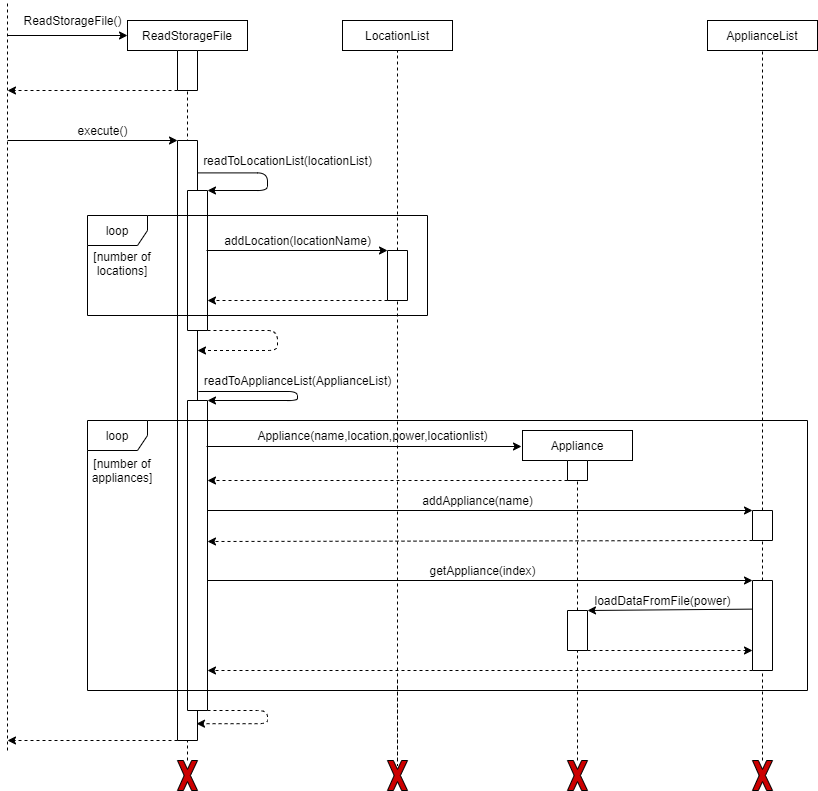
The draw.io diagram docs/images/diagrams/Sequence_ReadStorageFile.png in nus-cs2113-AY2021S1/tp, before a commit. Source tidied: cells renumbered, new cells last; positions are measured from the earlier drawing's top-left corner, leaving out a move shared by most shapes.
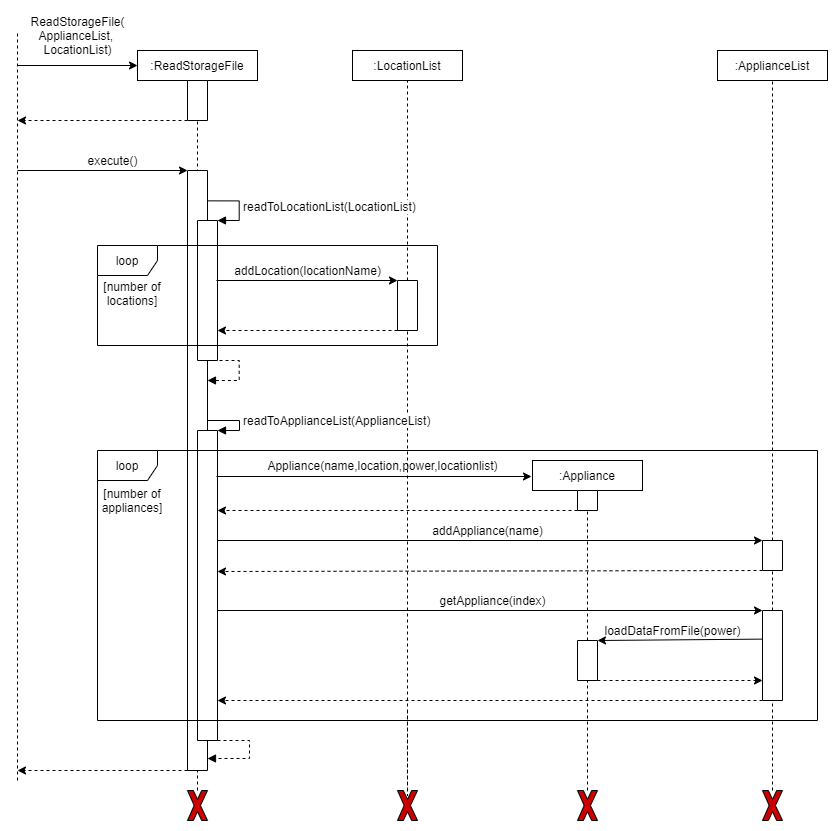
The same diagram one commit later.

Commit message:
Updated images for read write storageFile, AddCommand and DeleteCommand

Change to the diagram source:
```diff
@@ -8,7 +8,7 @@
     <mxCell id="3" style="endArrow=none;dashed=1;html=1;entryX=0.5;entryY=1;entryDx=0;entryDy=0;" parent="1" edge="1" source="56" target="4">
       <mxGeometry relative="1" as="geometry" />
     </mxCell>
-    <mxCell id="4" value="ReadStorageFile" style="rounded=0;whiteSpace=wrap;html=1;" parent="1" vertex="1">
+    <mxCell id="4" value=":ReadStorageFile" style="rounded=0;whiteSpace=wrap;html=1;" parent="1" vertex="1">
       <mxGeometry x="120" y="20" width="120" height="30" as="geometry" />
     </mxCell>
     <mxCell id="5" style="rounded=0;whiteSpace=wrap;html=1;direction=west;" parent="1" vertex="1">
@@ -17,62 +17,9 @@
     <mxCell id="6" style="rounded=0;whiteSpace=wrap;html=1;direction=south;" parent="1" vertex="1">
       <mxGeometry x="180" y="190" width="20" height="140" as="geometry" />
     </mxCell>
-    <mxCell id="7" style="edgeStyle=elbowEdgeStyle;elbow=vertical;endArrow=classic;html=1;exitX=0;exitY=0.946;exitDx=0;exitDy=0;entryX=0;entryY=0;entryDx=0;entryDy=0;exitPerimeter=0;" parent="1" edge="1" source="5" target="6">
-      <mxGeometry relative="1" as="geometry">
-        <Array as="points">
-          <mxPoint x="260" y="310" />
-          <mxPoint x="230" y="310" />
-          <mxPoint x="260" y="380" />
-          <mxPoint x="230" y="140" />
-          <mxPoint x="230" y="160" />
-          <mxPoint x="230" y="120" />
-          <mxPoint x="260" y="120" />
-          <mxPoint x="220" y="100" />
-          <mxPoint x="440" y="120" />
-          <mxPoint x="430" y="130" />
-          <mxPoint x="230" y="130" />
-          <mxPoint x="250" y="97" />
-          <mxPoint x="260" y="97" />
-          <mxPoint x="300" y="97" />
-          <mxPoint x="280" y="110" />
-          <mxPoint x="280" y="97" />
-        </Array>
-      </mxGeometry>
-    </mxCell>
-    <mxCell id="8" value="readToLocationList(locationList)" style="text;html=1;align=center;verticalAlign=middle;" parent="1" vertex="1">
-      <mxGeometry x="190" y="150" width="180" height="20" as="geometry" />
-    </mxCell>
     <mxCell id="9" style="rounded=0;whiteSpace=wrap;html=1;direction=south;" parent="1" vertex="1">
       <mxGeometry x="180" y="400" width="20" height="310" as="geometry" />
     </mxCell>
-    <mxCell id="10" style="edgeStyle=elbowEdgeStyle;elbow=vertical;endArrow=classic;html=1;exitX=1;exitY=0;exitDx=0;exitDy=0;dashed=1;entryX=0.05;entryY=0.028;entryDx=0;entryDy=0;entryPerimeter=0;" parent="1" edge="1" source="9" target="5">
-      <mxGeometry relative="1" as="geometry">
-        <Array as="points">
-          <mxPoint x="260" y="485" />
-          <mxPoint x="250" y="410" />
-          <mxPoint x="270" y="408" />
-          <mxPoint x="250" y="408" />
-          <mxPoint x="328" y="398" />
-          <mxPoint x="308" y="378" />
-          <mxPoint x="436" y="492.1" />
-          <mxPoint x="406" y="492.1" />
-          <mxPoint x="436" y="562.1" />
-          <mxPoint x="406" y="322.1" />
-          <mxPoint x="406" y="342.1" />
-          <mxPoint x="406" y="302.1" />
-          <mxPoint x="436" y="302.1" />
-          <mxPoint x="396" y="282.1" />
-          <mxPoint x="616" y="302.1" />
-          <mxPoint x="606" y="312.1" />
-          <mxPoint x="406" y="312.1" />
-          <mxPoint x="426" y="279.1" />
-          <mxPoint x="436" y="279.1" />
-          <mxPoint x="476" y="279.1" />
-          <mxPoint x="456" y="292.1" />
-          <mxPoint x="456" y="279.1" />
-        </Array>
-      </mxGeometry>
-    </mxCell>
     <mxCell id="11" style="endArrow=classic;html=1;entryX=0;entryY=0.5;entryDx=0;entryDy=0;" parent="1" edge="1" target="4">
       <mxGeometry relative="1" as="geometry">
         <mxPoint y="35" as="sourcePoint" />
@@ -89,8 +36,8 @@
         <mxPoint as="targetPoint" />
       </mxGeometry>
     </mxCell>
-    <mxCell id="14" value="ReadStorageFile()" style="text;html=1;align=center;verticalAlign=middle;" parent="1" vertex="1">
-      <mxGeometry x="10" y="10" width="110" height="20" as="geometry" />
+    <mxCell id="14" value="ReadStorageFile(&lt;br&gt;ApplianceList, &lt;br&gt;LocationList)" style="text;html=1;align=center;verticalAlign=middle;" parent="1" vertex="1">
+      <mxGeometry x="5" y="-20" width="110" height="50" as="geometry" />
     </mxCell>
     <mxCell id="15" style="endArrow=classic;html=1;entryX=1;entryY=1;entryDx=0;entryDy=0;" parent="1" edge="1" target="5">
       <mxGeometry relative="1" as="geometry">
@@ -111,10 +58,10 @@
         <mxPoint x="514" y="446" as="targetPoint" />
       </mxGeometry>
     </mxCell>
-    <mxCell id="19" value="LocationList" style="rounded=0;whiteSpace=wrap;html=1;" parent="1" vertex="1">
+    <mxCell id="19" value=":LocationList" style="rounded=0;whiteSpace=wrap;html=1;" parent="1" vertex="1">
       <mxGeometry x="335" y="20" width="110" height="30" as="geometry" />
     </mxCell>
-    <mxCell id="20" value="Appliance" style="rounded=0;whiteSpace=wrap;html=1;" parent="1" vertex="1">
+    <mxCell id="20" value=":Appliance" style="rounded=0;whiteSpace=wrap;html=1;" parent="1" vertex="1">
       <mxGeometry x="515" y="430" width="110" height="30" as="geometry" />
     </mxCell>
     <mxCell id="21" style="endArrow=none;dashed=1;html=1;entryX=0.5;entryY=1;entryDx=0;entryDy=0;" parent="1" edge="1" source="26" target="19">
@@ -163,32 +110,13 @@
     <mxCell id="32" style="rounded=0;whiteSpace=wrap;html=1;direction=south;" parent="1" vertex="1">
       <mxGeometry x="560" y="460" width="20" height="20" as="geometry" />
     </mxCell>
-    <mxCell id="33" style="edgeStyle=segmentEdgeStyle;endArrow=classic;html=1;dashed=1;exitX=1;exitY=0;exitDx=0;exitDy=0;entryX=0;entryY=0.65;entryDx=0;entryDy=0;entryPerimeter=0;" parent="1" edge="1" source="6" target="5">
-      <mxGeometry relative="1" as="geometry">
-        <Array as="points">
-          <mxPoint x="270" y="330" />
-          <mxPoint x="270" y="350" />
-        </Array>
-      </mxGeometry>
-    </mxCell>
-    <mxCell id="34" style="edgeStyle=segmentEdgeStyle;endArrow=classic;html=1;entryX=0;entryY=0;entryDx=0;entryDy=0;exitX=0.005;exitY=1.05;exitDx=0;exitDy=0;exitPerimeter=0;" parent="1" edge="1" source="35" target="9">
-      <mxGeometry relative="1" as="geometry">
-        <Array as="points">
-          <mxPoint x="290" y="391" />
-          <mxPoint x="290" y="400" />
-        </Array>
-      </mxGeometry>
-    </mxCell>
-    <mxCell id="35" value="readToApplianceList(ApplianceList)" style="text;html=1;align=center;verticalAlign=middle;points=[];" parent="1" vertex="1">
-      <mxGeometry x="190" y="370" width="200" height="20" as="geometry" />
-    </mxCell>
     <mxCell id="36" style="endArrow=none;dashed=1;html=1;entryX=0.5;entryY=1;entryDx=0;entryDy=0;" parent="1" edge="1" source="32" target="20">
       <mxGeometry relative="1" as="geometry" />
     </mxCell>
     <mxCell id="37" style="endArrow=none;dashed=1;html=1;entryX=1;entryY=0.5;entryDx=0;entryDy=0;" parent="1" edge="1" source="49" target="32">
       <mxGeometry relative="1" as="geometry" />
     </mxCell>
-    <mxCell id="38" value="ApplianceList" style="rounded=0;whiteSpace=wrap;html=1;" parent="1" vertex="1">
+    <mxCell id="38" value=":ApplianceList" style="rounded=0;whiteSpace=wrap;html=1;" parent="1" vertex="1">
       <mxGeometry x="700" y="20" width="110" height="30" as="geometry" />
     </mxCell>
     <mxCell id="39" style="endArrow=none;dashed=1;html=1;entryX=0.5;entryY=1;entryDx=0;entryDy=0;" parent="1" edge="1" source="40" target="38">
@@ -272,6 +200,45 @@
     <mxCell id="61" value="loop" style="shape=umlFrame;whiteSpace=wrap;html=1;" parent="1" vertex="1">
       <mxGeometry x="80" y="215" width="340" height="100" as="geometry" />
     </mxCell>
+    <mxCell id="63" style="edgeStyle=orthogonalEdgeStyle;html=1;align=left;spacingLeft=2;endArrow=block;rounded=0;fontSize=10;fontColor=#000000;exitX=0.952;exitY=0.074;exitDx=0;exitDy=0;exitPerimeter=0;dashed=1;" parent="1" edge="1">
+      <mxGeometry relative="1" as="geometry">
+        <mxPoint x="190" y="330" as="sourcePoint" />
+        <mxPoint x="190" y="350" as="targetPoint" />
+        <Array as="points">
+          <mxPoint x="221.7" y="329.6" />
+          <mxPoint x="221.7" y="349.6" />
+        </Array>
+      </mxGeometry>
+    </mxCell>
+    <mxCell id="64" value="&lt;font style=&quot;font-size: 12px&quot;&gt;readToLocationList(LocationList)&lt;/font&gt;" style="edgeStyle=orthogonalEdgeStyle;html=1;align=left;spacingLeft=2;endArrow=block;rounded=0;fontSize=10;fontColor=#000000;exitX=0.952;exitY=0.074;exitDx=0;exitDy=0;exitPerimeter=0;" parent="1" edge="1">
+      <mxGeometry relative="1" as="geometry">
+        <mxPoint x="190" y="170.4" as="sourcePoint" />
+        <mxPoint x="200" y="190" as="targetPoint" />
+        <Array as="points">
+          <mxPoint x="221.7" y="170" />
+          <mxPoint x="221.7" y="190" />
+        </Array>
+      </mxGeometry>
+    </mxCell>
+    <mxCell id="35" value="&lt;font style=&quot;font-size: 12px&quot;&gt;readToApplianceList(ApplianceList)&lt;/font&gt;" style="edgeStyle=orthogonalEdgeStyle;html=1;align=left;spacingLeft=2;endArrow=block;rounded=0;fontSize=10;fontColor=#000000;exitX=0.952;exitY=0.074;exitDx=0;exitDy=0;exitPerimeter=0;entryX=0;entryY=0;entryDx=0;entryDy=0;" parent="1" edge="1" target="9">
+      <mxGeometry relative="1" as="geometry">
+        <mxPoint x="190" y="390" as="sourcePoint" />
+        <Array as="points">
+          <mxPoint x="222" y="390" />
+          <mxPoint x="222" y="400" />
+        </Array>
+      </mxGeometry>
+    </mxCell>
+    <mxCell id="65" style="edgeStyle=orthogonalEdgeStyle;html=1;align=left;spacingLeft=2;endArrow=block;rounded=0;fontSize=10;fontColor=#000000;exitX=0.952;exitY=0.074;exitDx=0;exitDy=0;exitPerimeter=0;dashed=1;" parent="1" edge="1">
+      <mxGeometry relative="1" as="geometry">
+        <mxPoint x="200" y="710" as="sourcePoint" />
+        <mxPoint x="190" y="728" as="targetPoint" />
+        <Array as="points">
+          <mxPoint x="232" y="710" />
+          <mxPoint x="232" y="728" />
+        </Array>
+      </mxGeometry>
+    </mxCell>
     <mxCell id="62" value="loop" style="shape=umlFrame;whiteSpace=wrap;html=1;" parent="1" vertex="1">
       <mxGeometry x="80" y="420" width="720" height="270" as="geometry" />
     </mxCell>
```
